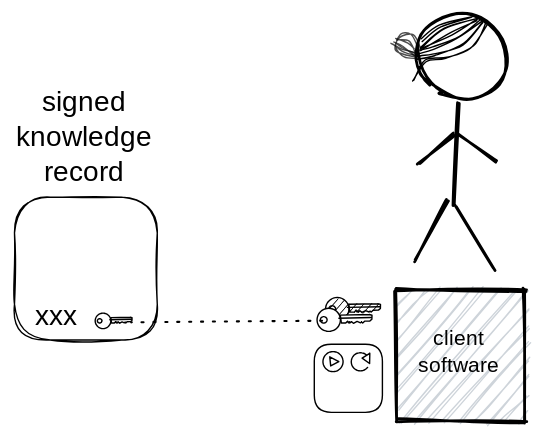
Before: images/signed.svg, a diagram exported from Excalidraw (tkuhn/knowledge-space). Source tidied: one line per element, renumbered; positions are measured from the earlier drawing's top-left corner, leaving out a move shared by most shapes.
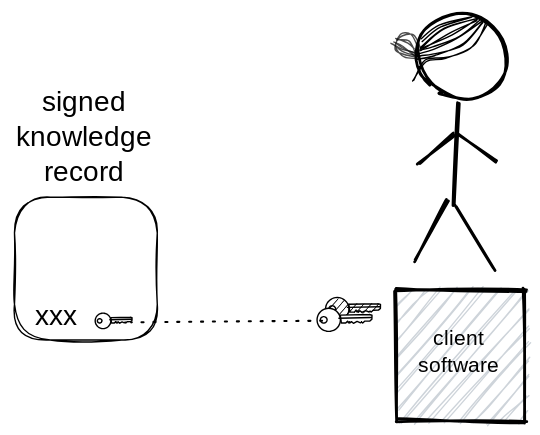
After the commit.

What changed in the source:
```diff
@@ -14,12 +14,6 @@
 {"id": 13, "type": "line", "strokeColor": "#000000", "strokeWidth": 1, "roughness": 1, "opacity": 70, "x": 270, "y": 20, "width": 17, "height": 9, "points": [[0, 0], [7, 6], [17, 9]]}
 {"id": 14, "type": "line", "strokeColor": "#000000", "strokeWidth": 1, "roughness": 1, "opacity": 70, "x": 272, "y": 18, "width": 13, "height": 8, "points": [[0, 0], [9, 1], [13, 8]]}
 {"id": 15, "type": "line", "strokeColor": "#000000", "strokeWidth": 1, "roughness": 1, "opacity": 70, "x": 272, "y": 20, "width": 13, "height": 8, "points": [[0, 0], [6, 4], [13, 8]]}
-{"id": 16, "type": "rectangle", "strokeColor": "#000000", "backgroundColor": "#ffffff", "fillStyle": "solid", "strokeWidth": 1, "roughness": 0, "x": 214, "y": 236, "width": 49, "height": 49}
-{"id": 17, "type": "ellipse", "strokeColor": "#000000", "backgroundColor": "#fff", "fillStyle": "solid", "strokeWidth": 1, "roughness": 0, "x": 221, "y": 241, "width": 14, "height": 14}
-{"id": 18, "type": "line", "strokeColor": "#000000", "backgroundColor": "#fff", "fillStyle": "solid", "strokeWidth": 1, "roughness": 0, "x": 225, "y": 245, "width": 6, "height": 6, "points": [[0, 0], [1, 6], [6, 3], [0, 0]]}
-{"id": 19, "type": "ellipse", "strokeColor": "#000000", "strokeWidth": 1, "roughness": 0, "x": 241, "y": 242, "width": 13, "height": 13}
-{"id": 20, "type": "ellipse", "strokeColor": "transparent", "backgroundColor": "#ffffff", "fillStyle": "solid", "strokeWidth": 1, "roughness": 0, "x": 251, "y": 245, "width": 8, "height": 8}
-{"id": 21, "type": "line", "strokeColor": "#000000", "angle": 1.11, "backgroundColor": "#fff", "fillStyle": "solid", "strokeWidth": 1, "roughness": 0, "x": 249, "y": 243, "width": 6, "height": 6, "points": [[0, 0], [1, 6], [6, 3], [0, 0]]}
 {"id": 22, "type": "rectangle", "strokeColor": "#000000", "backgroundColor": "#ced4da", "fillStyle": "hachure", "strokeWidth": 2, "roughness": 1, "x": 273, "y": 197, "width": 92, "height": 94}
 {"id": 23, "type": "text", "text": "client\nsoftware", "strokeColor": "#000000", "backgroundColor": "#ced4da", "fillStyle": "hachure", "strokeWidth": 2, "roughness": 1, "fontSize": 15.0, "fontFamily": 1, "textAlign": "center", "verticalAlign": "middle", "x": 285, "y": 222, "width": 66, "height": 40}
 {"id": 24, "type": "ellipse", "strokeColor": "#000000", "backgroundColor": "#000000", "fillStyle": "hachure", "strokeWidth": 1, "roughness": 0, "x": 222, "y": 202, "width": 17, "height": 16}
```
